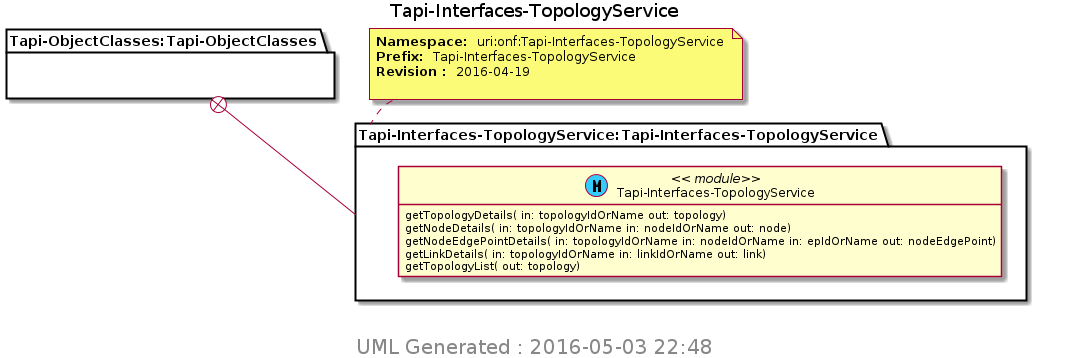
Above: TransportAPI/YANG/pyang_uml/Tapi-Interfaces-TopologyService.png in Open-Network-Models-and-Interfaces-ONMI/TAPI (PlantUML), before the change.
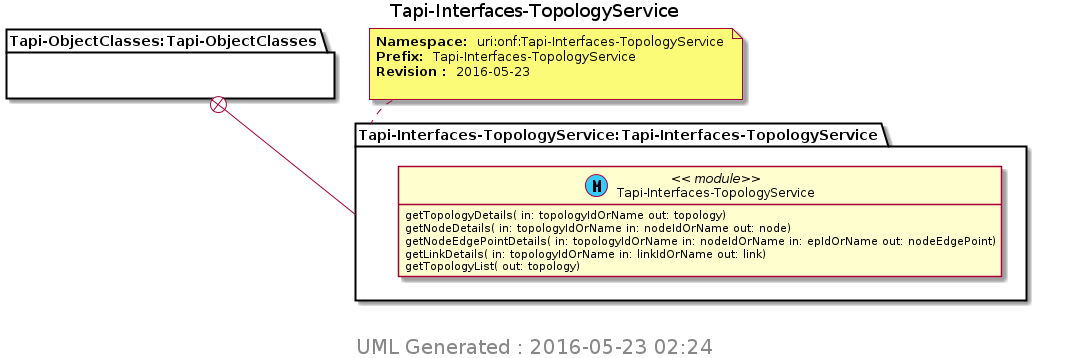
After the commit.

What changed in the source:
```diff
@@ -10,7 +10,7 @@
 Title Tapi-Interfaces-TopologyService
 package "Tapi-ObjectClasses:Tapi-ObjectClasses" as Tapi_ObjectClasses_Tapi_ObjectClasses {
 }
-note top of Tapi_Interfaces_TopologyService_Tapi_Interfaces_TopologyService : <b>Namespace: </b> uri:onf:Tapi-Interfaces-TopologyService \n<b>Prefix: </b> Tapi-Interfaces-TopologyService \n<b>Revision : </b> 2016-04-19 \n
+note top of Tapi_Interfaces_TopologyService_Tapi_Interfaces_TopologyService : <b>Namespace: </b> uri:onf:Tapi-Interfaces-TopologyService \n<b>Prefix: </b> Tapi-Interfaces-TopologyService \n<b>Revision : </b> 2016-05-23 \n
 package "Tapi-Interfaces-TopologyService:Tapi-Interfaces-TopologyService" as Tapi_Interfaces_TopologyService_Tapi_Interfaces_TopologyService {
 Tapi_ObjectClasses_Tapi_ObjectClasses +-- Tapi_Interfaces_TopologyService_Tapi_Interfaces_TopologyService
 class "Tapi-Interfaces-TopologyService" as Tapi_Interfaces_TopologyService << (M, #33CCFF) module>>
@@ -22,6 +22,6 @@
 }
 
 center footer
- <size:20> UML Generated : 2016-05-03 22:48 </size>
+ <size:20> UML Generated : 2016-05-23 02:24 </size>
  endfooter
 @enduml
```
